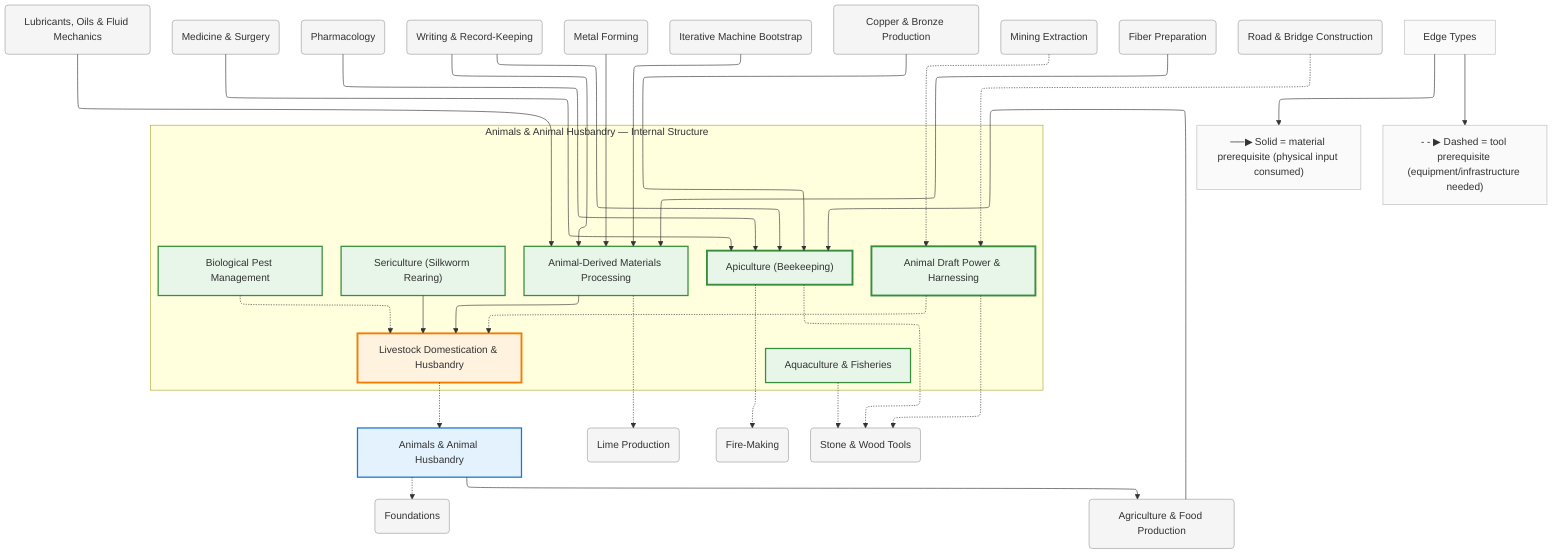
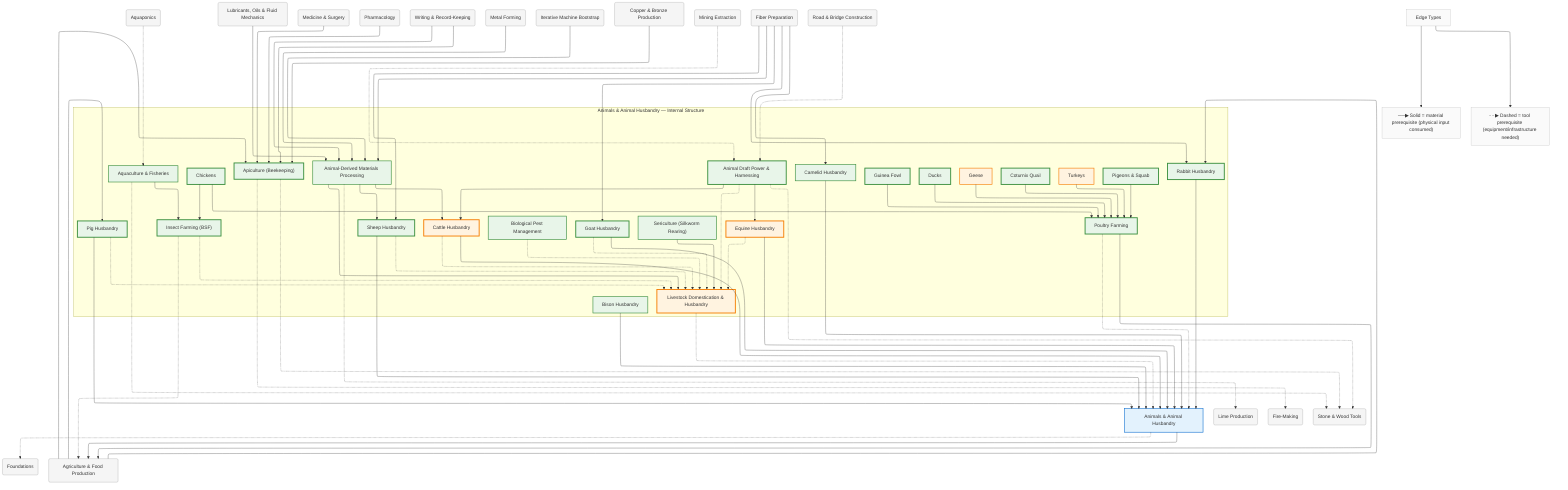
%%{init: {"flowchart": {"defaultRenderer": "elk", "htmlLabels": true}}}%%
graph TD
    %% Domain: Animals & Animal Husbandry

    %% ==================== INTERNAL NODES ====================
    subgraph animals_internal ["Animals & Animal Husbandry — Internal Structure"]
        direction TB
        animals_domestication["Livestock Domestication & Husbandry"]
        animals_draft-power["Animal Draft Power & Harnessing"]
        animals_animal-materials["Animal-Derived Materials Processing"]
        animals_beekeeping["Apiculture (Beekeeping)"]
        animals_aquaculture["Aquaculture & Fisheries"]
        animals_sericulture["Sericulture (Silkworm Rearing)"]
        animals_pest-management["Biological Pest Management"]
+         animals_poultry["Poultry Farming"]
+         animals_poultry_chickens["Chickens"]
+         animals_poultry_coturnix["Coturnix Quail"]
+         animals_poultry_ducks["Ducks"]
+         animals_poultry_geese["Geese"]
+         animals_poultry_turkeys["Turkeys"]
+         animals_poultry_guinea-fowl["Guinea Fowl"]
+         animals_poultry_pigeons["Pigeons & Squab"]
+         animals_cattle["Cattle Husbandry"]
+         animals_sheep["Sheep Husbandry"]
+         animals_goats["Goat Husbandry"]
+         animals_pigs["Pig Husbandry"]
+         animals_equines["Equine Husbandry"]
+         animals_camelids["Camelid Husbandry"]
+         animals_bison["Bison Husbandry"]
+         animals_rabbits["Rabbit Husbandry"]
+         animals_insect-farming["Insect Farming (BSF)"]
    end

    %% ==================== DOMAIN NODE ====================
    animals["Animals & Animal Husbandry"]

    %% ==================== EXTERNAL DEPENDENCIES ====================
+     agriculture_aquaponics("Aquaponics")
    ceramics_lime("Lime Production")
    chemistry_lubricants("Lubricants, Oils & Fluid Mechanics")
    foundations("Foundations")
    foundations_fire("Fire-Making")
    foundations_food-agriculture("Agriculture & Food Production")
    foundations_tools-basic("Stone & Wood Tools")
    health_medicine("Medicine & Surgery")
    health_pharmacology("Pharmacology")
    knowledge_writing("Writing & Record-Keeping")
    machine-tools_forming("Metal Forming")
    machine-tools_iterative-bootstrap("Iterative Machine Bootstrap")
    metals_copper-bronze("Copper & Bronze Production")
    mining_extraction("Mining Extraction")
    textiles_fibers("Fiber Preparation")
    transport_roads("Road & Bridge Construction")

    %% ==================== EDGES ====================
    animals_domestication -.-> animals
    animals_draft-power -.-> animals_domestication
    animals_animal-materials --> animals_domestication
    animals_sericulture --> animals_domestication
    animals_pest-management -.-> animals_domestication
+     animals_poultry -.-> animals
+     animals_poultry_chickens --> animals_poultry
+     animals_poultry_coturnix --> animals_poultry
+     animals_poultry_ducks --> animals_poultry
+     animals_poultry_geese --> animals_poultry
+     animals_poultry_turkeys --> animals_poultry
+     animals_poultry_guinea-fowl --> animals_poultry
+     animals_poultry_pigeons --> animals_poultry
+     animals_cattle --> animals
+     animals_sheep --> animals
+     animals_goats --> animals
+     animals_pigs --> animals
+     animals_equines --> animals
+     animals_camelids --> animals
+     animals_bison --> animals
+     animals_rabbits --> animals
+     animals_cattle -.-> animals_domestication
+     animals_sheep -.-> animals_domestication
+     animals_goats -.-> animals_domestication
+     animals_pigs -.-> animals_domestication
+     animals_equines -.-> animals_domestication
+     animals_draft-power --> animals_equines
+     animals_draft-power --> animals_cattle
+     animals_animal-materials --> animals_cattle
+     animals_animal-materials --> animals_sheep
+     animals_insect-farming -.-> animals_domestication
+     animals_aquaculture --> animals_insect-farming
+     animals_poultry_chickens --> animals_insect-farming
    animals -.-> foundations
    animals --> foundations_food-agriculture
    animals_draft-power -.-> foundations_tools-basic
    animals_animal-materials -.-> ceramics_lime
    animals_beekeeping -.-> foundations_fire
    animals_beekeeping -.-> foundations_tools-basic
    animals_aquaculture -.-> foundations_tools-basic
    textiles_fibers --> animals_animal-materials
    chemistry_lubricants --> animals_animal-materials
    transport_roads -.-> animals_draft-power
    mining_extraction -.-> animals_draft-power
    knowledge_writing --> animals_animal-materials
    knowledge_writing --> animals_beekeeping
    metals_copper-bronze --> animals_beekeeping
    machine-tools_forming --> animals_animal-materials
    machine-tools_iterative-bootstrap --> animals_animal-materials
    health_pharmacology --> animals_beekeeping
    health_medicine --> animals_beekeeping
    foundations_food-agriculture --> animals_beekeeping
+     textiles_fibers --> animals_sheep
+     textiles_fibers --> animals_goats
+     textiles_fibers --> animals_rabbits
+     textiles_fibers --> animals_camelids
+     foundations_food-agriculture --> animals_pigs
+     foundations_food-agriculture --> animals_rabbits
+     animals_insect-farming -.-> foundations_food-agriculture
+     animals_poultry --> foundations_food-agriculture
+     agriculture_aquaponics -.-> animals_aquaculture

    %% ==================== EDGE TYPE LEGEND ====================
    EdgeLegend["Edge Types"]
    EdgeLegend --> MatNote["──▶ Solid = material prerequisite (physical input consumed)"]
    EdgeLegend --> ToolNote["- - ▶ Dashed = tool prerequisite (equipment/infrastructure needed)"]

    %% ==================== STYLING ====================
    classDef domain fill:#e3f2fd,stroke:#1976d2,stroke-width:2px
    classDef capability fill:#e8f5e9,stroke:#388e3c,stroke-width:2px
    classDef process fill:#fff3e0,stroke:#f57c00,stroke-width:2px
    classDef critical fill:#fff3e0,stroke:#f57c00,stroke-width:3px
    classDef earlyWin fill:#e8f5e9,stroke:#388e3c,stroke-width:3px
    classDef pinnacle fill:#fce4ec,stroke:#c62828,stroke-width:3px
    classDef external fill:#f5f5f5,stroke:#9e9e9e,stroke-width:1px
    classDef legend fill:#fafafa,stroke:#bdbdbd,stroke-width:1px
    class animals domain
    class animals_domestication critical
    class animals_draft-power earlyWin
    class animals_animal-materials capability
    class animals_beekeeping earlyWin
    class animals_aquaculture capability
    class animals_sericulture capability
    class animals_pest-management capability
+     class animals_poultry earlyWin
+     class animals_poultry_chickens earlyWin
+     class animals_poultry_coturnix earlyWin
+     class animals_poultry_ducks earlyWin
+     class animals_poultry_geese process
+     class animals_poultry_turkeys process
+     class animals_poultry_guinea-fowl earlyWin
+     class animals_poultry_pigeons earlyWin
+     class animals_cattle critical
+     class animals_sheep earlyWin
+     class animals_goats earlyWin
+     class animals_pigs earlyWin
+     class animals_equines critical
+     class animals_camelids capability
+     class animals_bison capability
+     class animals_rabbits earlyWin
+     class animals_insect-farming earlyWin
+     class agriculture_aquaponics external
    class ceramics_lime external
    class chemistry_lubricants external
    class foundations external
    class foundations_fire external
    class foundations_food-agriculture external
    class foundations_tools-basic external
    class health_medicine external
    class health_pharmacology external
    class knowledge_writing external
    class machine-tools_forming external
    class machine-tools_iterative-bootstrap external
    class metals_copper-bronze external
    class mining_extraction external
    class textiles_fibers external
    class transport_roads external
    class EdgeLegend,MatNote,ToolNote legend
